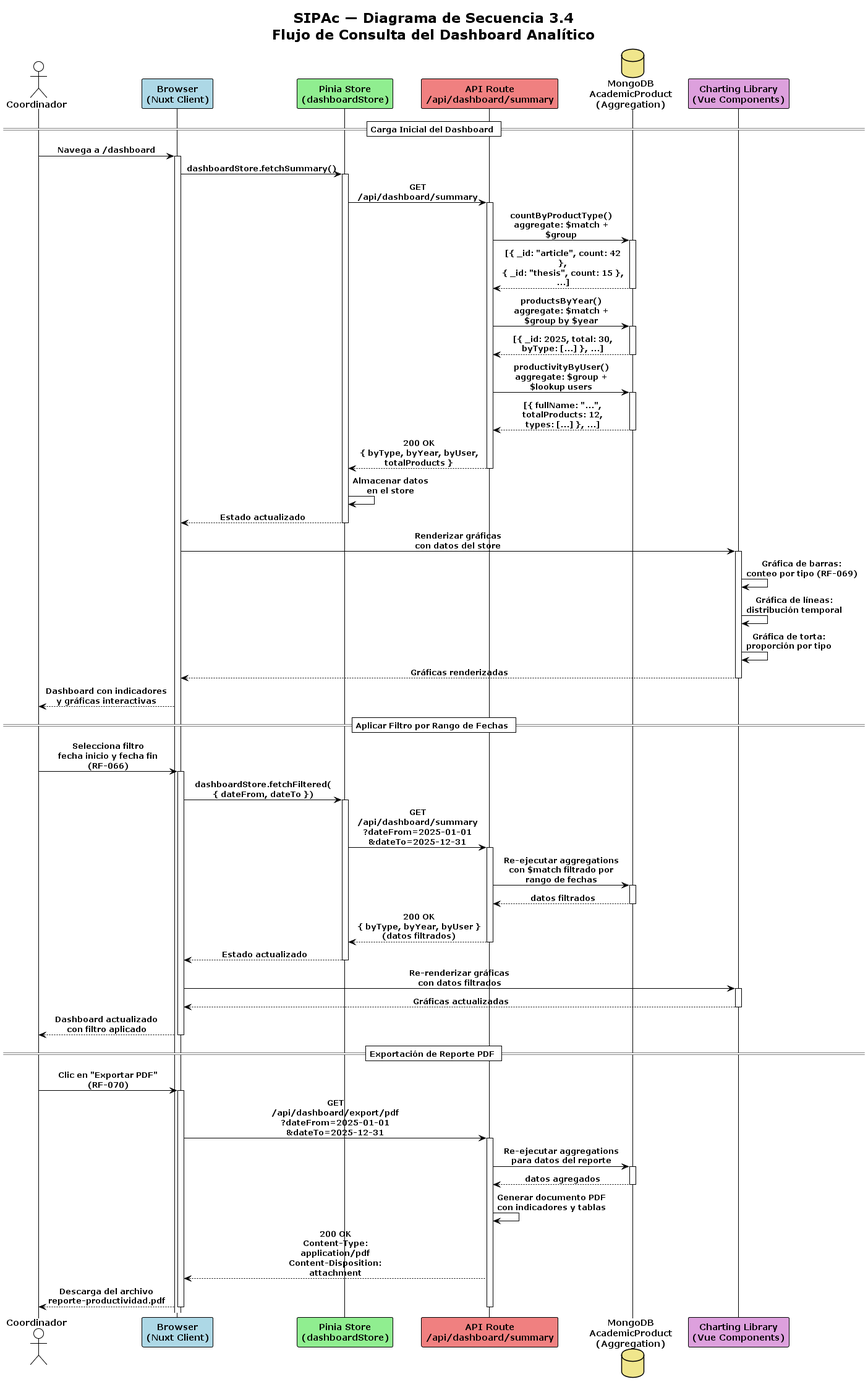
This is docs/analisis-diseno/diagramas/renders/03d-secuencia-dashboard.png from KarloZ7715/SIPAc, a PlantUML export, as it was before one commit. The source it was exported from:
```plantuml
@startuml 03d-secuencia-dashboard
!theme plain
skinparam sequenceMessageAlign center
skinparam responseMessageBelowArrow true
skinparam maxMessageSize 200

title SIPAc — Diagrama de Secuencia 3.4\nFlujo de Consulta del Dashboard Analítico

actor "Coordinador" as Coord
participant "Browser\n(Nuxt Client)" as Browser #LightBlue
participant "Pinia Store\n(dashboardStore)" as Pinia #LightGreen
participant "API Route\n/api/dashboard/summary" as APIDash #LightCoral
database "MongoDB\nAcademicProduct\n(Aggregation)" as DB #Khaki
participant "Charting Library\n(Vue Components)" as Charts #Plum

== Carga Inicial del Dashboard ==

Coord -> Browser : Navega a /dashboard
activate Browser

Browser -> Pinia : dashboardStore.fetchSummary()
activate Pinia

Pinia -> APIDash : GET /api/dashboard/summary
activate APIDash

APIDash -> DB : countByProductType()\naggregate: $match + $group
activate DB
DB --> APIDash : [{ _id: "article", count: 42 },\n{ _id: "thesis", count: 15 }, ...]
deactivate DB

APIDash -> DB : productsByYear()\naggregate: $match + $group by $year
activate DB
DB --> APIDash : [{ _id: 2025, total: 30,\nbyType: [...] }, ...]
deactivate DB

APIDash -> DB : productivityByUser()\naggregate: $group + $lookup users
activate DB
DB --> APIDash : [{ fullName: "...",\ntotalProducts: 12,\ntypes: [...] }, ...]
deactivate DB

APIDash --> Pinia : 200 OK\n{ byType, byYear, byUser,\ntotalProducts }
deactivate APIDash

Pinia -> Pinia : Almacenar datos\nen el store

Pinia --> Browser : Estado actualizado
deactivate Pinia

Browser -> Charts : Renderizar gráficas\ncon datos del store
activate Charts
Charts -> Charts : Gráfica de barras:\nconteo por tipo (RF-069)
Charts -> Charts : Gráfica de líneas:\ndistribución temporal
Charts -> Charts : Gráfica de torta:\nproporción por tipo
Charts --> Browser : Gráficas renderizadas
deactivate Charts

Browser --> Coord : Dashboard con indicadores\ny gráficas interactivas

== Aplicar Filtro por Rango de Fechas ==

Coord -> Browser : Selecciona filtro\nfecha inicio y fecha fin (RF-066)
activate Browser

Browser -> Pinia : dashboardStore.fetchFiltered(\n{ dateFrom, dateTo })
activate Pinia

Pinia -> APIDash : GET /api/dashboard/summary\n?dateFrom=2025-01-01\n&dateTo=2025-12-31
activate APIDash

APIDash -> DB : Re-ejecutar aggregations\ncon $match filtrado por\nrango de fechas
activate DB
DB --> APIDash : datos filtrados
deactivate DB

APIDash --> Pinia : 200 OK\n{ byType, byYear, byUser }\n(datos filtrados)
deactivate APIDash

Pinia --> Browser : Estado actualizado
deactivate Pinia

Browser -> Charts : Re-renderizar gráficas\ncon datos filtrados
activate Charts
Charts --> Browser : Gráficas actualizadas
deactivate Charts

Browser --> Coord : Dashboard actualizado\ncon filtro aplicado
deactivate Browser

== Exportación de Reporte PDF ==

Coord -> Browser : Clic en "Exportar PDF" (RF-070)
activate Browser

Browser -> APIDash : GET /api/dashboard/export/pdf\n?dateFrom=2025-01-01\n&dateTo=2025-12-31
activate APIDash

APIDash -> DB : Re-ejecutar aggregations\npara datos del reporte
activate DB
DB --> APIDash : datos agregados
deactivate DB

APIDash -> APIDash : Generar documento PDF\ncon indicadores y tablas

APIDash --> Browser : 200 OK\nContent-Type: application/pdf\nContent-Disposition: attachment

Browser --> Coord : Descarga del archivo\nreporte-productividad.pdf

deactivate APIDash
deactivate Browser

@enduml
```
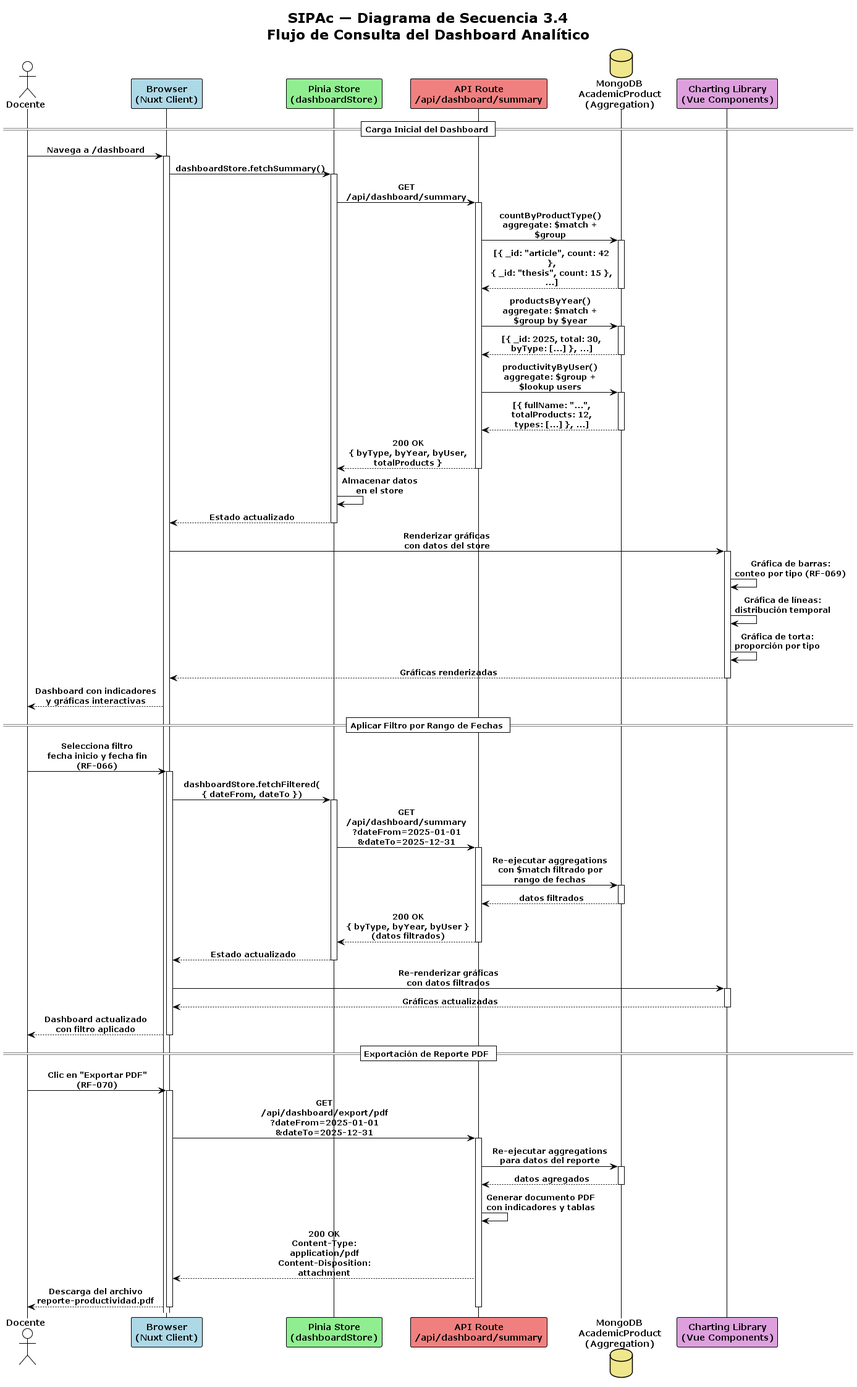
The same file after the commit.

Change to the diagram source:
```diff
@@ -6,7 +6,7 @@
 
 title SIPAc — Diagrama de Secuencia 3.4\nFlujo de Consulta del Dashboard Analítico
 
-actor "Coordinador" as Coord
+actor "Docente" as Docente
 participant "Browser\n(Nuxt Client)" as Browser #LightBlue
 participant "Pinia Store\n(dashboardStore)" as Pinia #LightGreen
 participant "API Route\n/api/dashboard/summary" as APIDash #LightCoral
@@ -15,7 +15,7 @@
 
 == Carga Inicial del Dashboard ==
 
-Coord -> Browser : Navega a /dashboard
+Docente -> Browser : Navega a /dashboard
 activate Browser
 
 Browser -> Pinia : dashboardStore.fetchSummary()
@@ -55,11 +55,11 @@
 Charts --> Browser : Gráficas renderizadas
 deactivate Charts
 
-Browser --> Coord : Dashboard con indicadores\ny gráficas interactivas
+Browser --> Docente : Dashboard con indicadores\ny gráficas interactivas
 
 == Aplicar Filtro por Rango de Fechas ==
 
-Coord -> Browser : Selecciona filtro\nfecha inicio y fecha fin (RF-066)
+Docente -> Browser : Selecciona filtro\nfecha inicio y fecha fin (RF-066)
 activate Browser
 
 Browser -> Pinia : dashboardStore.fetchFiltered(\n{ dateFrom, dateTo })
@@ -84,12 +84,12 @@
 Charts --> Browser : Gráficas actualizadas
 deactivate Charts
 
-Browser --> Coord : Dashboard actualizado\ncon filtro aplicado
+Browser --> Docente : Dashboard actualizado\ncon filtro aplicado
 deactivate Browser
 
 == Exportación de Reporte PDF ==
 
-Coord -> Browser : Clic en "Exportar PDF" (RF-070)
+Docente -> Browser : Clic en "Exportar PDF" (RF-070)
 activate Browser
 
 Browser -> APIDash : GET /api/dashboard/export/pdf\n?dateFrom=2025-01-01\n&dateTo=2025-12-31
@@ -104,7 +104,7 @@
 
 APIDash --> Browser : 200 OK\nContent-Type: application/pdf\nContent-Disposition: attachment
 
-Browser --> Coord : Descarga del archivo\nreporte-productividad.pdf
+Browser --> Docente : Descarga del archivo\nreporte-productividad.pdf
 
 deactivate APIDash
 deactivate Browser
```
